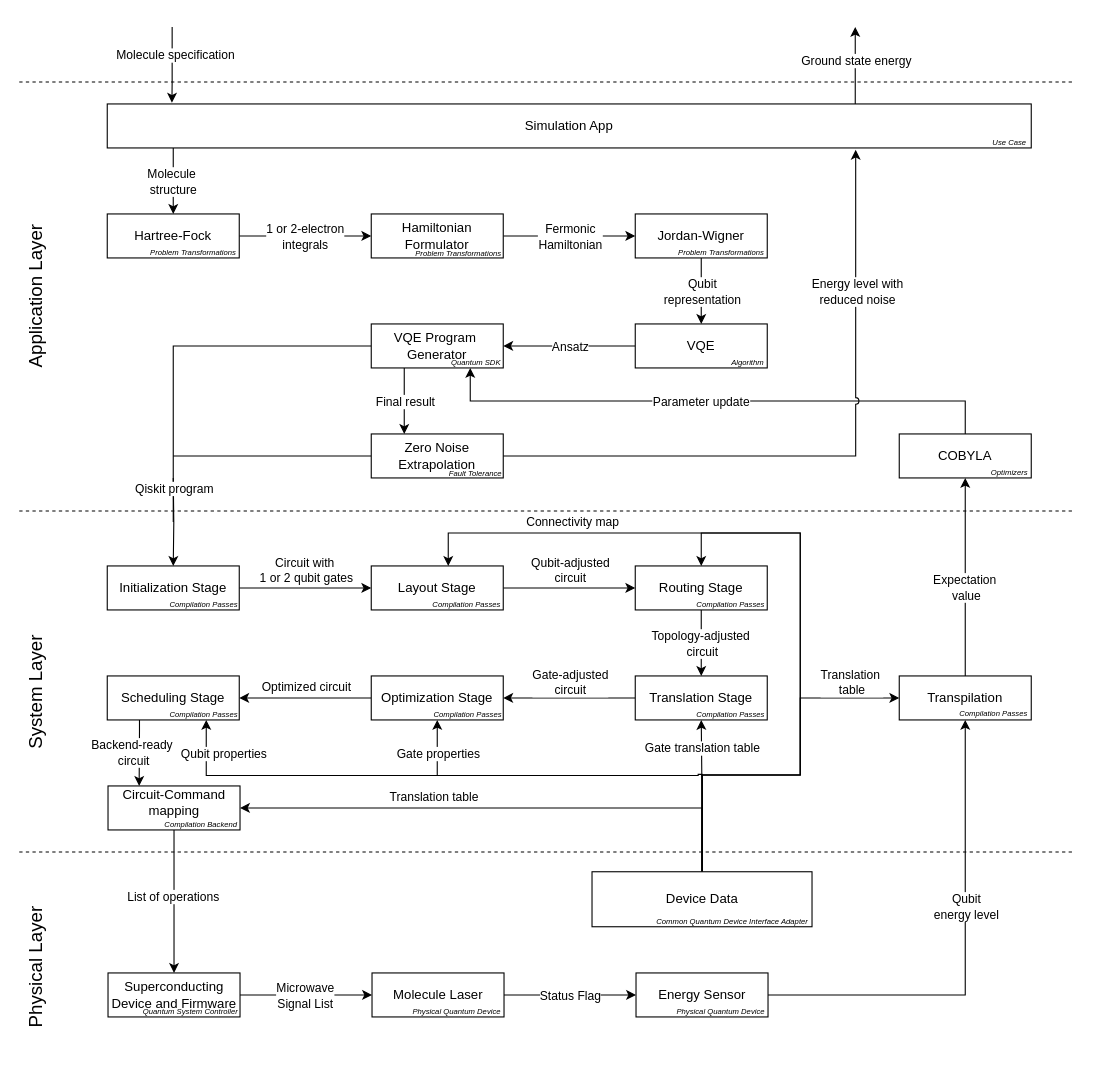
FullStaQD/architecture keeps this draw.io diagram as page "scenario1" (1 of 4) of docs/scenario-based-analysis/images/scenarios.drawio. Above is the earlier version. Source tidied: cells renumbered, new cells numbered last; positions are measured from the earlier drawing's top-left corner, leaving out a move shared by most shapes. Both pictures are drawn from the tidied source at 110%, with x=0, y=0 at pixel (-58, 26).
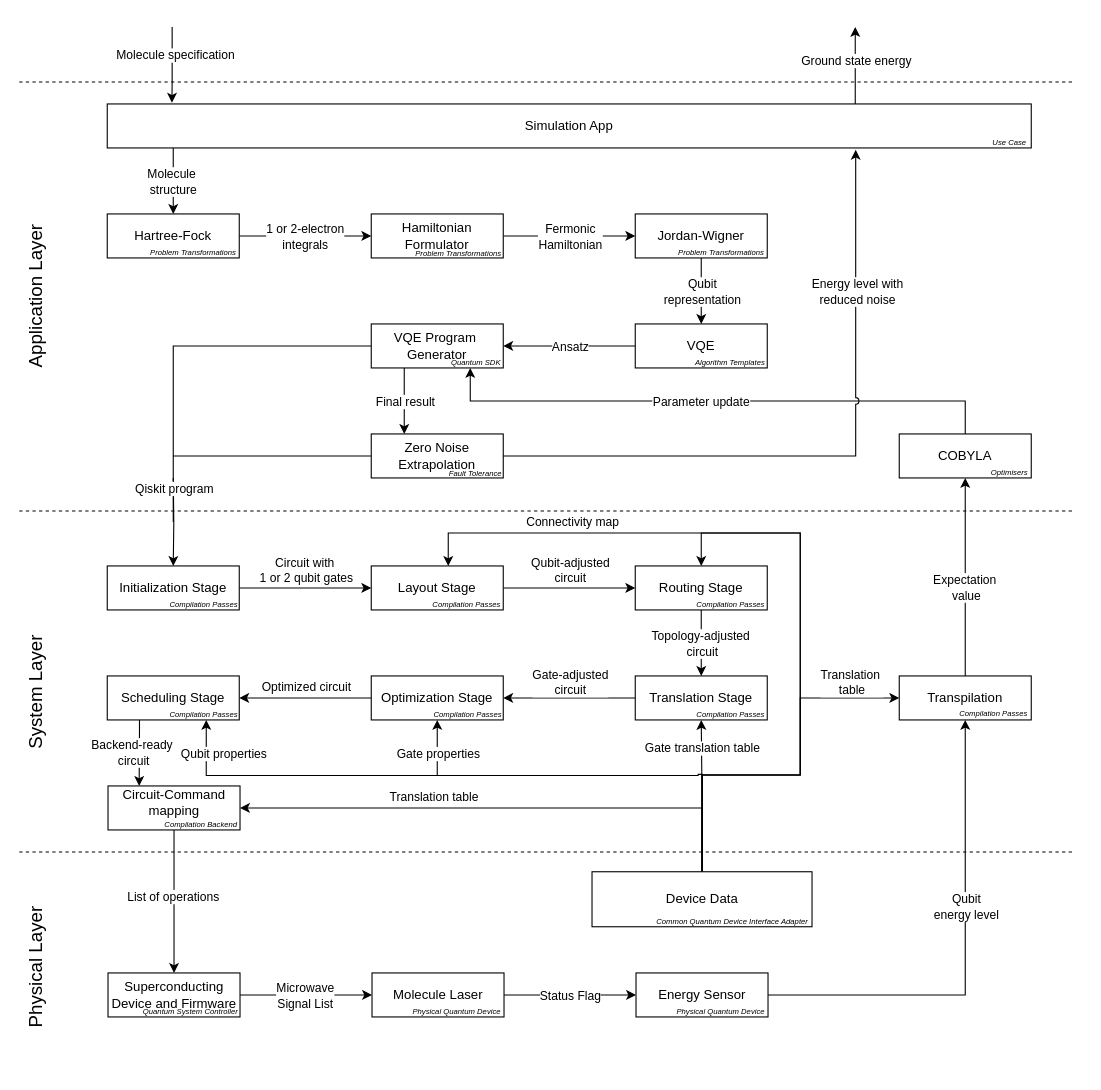
After the change.

The edit, as a diff of the source:
```diff
@@
-    <mxCell id="90" value="&lt;i&gt;&lt;font style=&quot;font-size: 7px;&quot;&gt;Algorithm&lt;/font&gt;&lt;/i&gt;" style="text;html=1;whiteSpace=wrap;strokeColor=none;fillColor=none;align=center;verticalAlign=middle;rounded=0;" parent="1" vertex="1">
-      <mxGeometry x="675" y="296" width="114.7" height="16" as="geometry" />
+    <mxCell id="90" value="&lt;i&gt;&lt;font style=&quot;font-size: 7px;&quot;&gt;Algorithm Templates&lt;/font&gt;&lt;/i&gt;" style="text;html=1;whiteSpace=wrap;strokeColor=none;fillColor=none;align=center;verticalAlign=middle;rounded=0;" parent="1" vertex="1">
+      <mxGeometry x="659" y="296" width="114.7" height="16" as="geometry" />
     </mxCell>
@@
-    <mxCell id="92" value="&lt;i&gt;&lt;font style=&quot;font-size: 7px;&quot;&gt;Optimizers&lt;/font&gt;&lt;/i&gt;" style="text;html=1;whiteSpace=wrap;strokeColor=none;fillColor=none;align=center;verticalAlign=middle;rounded=0;" parent="1" vertex="1">
+    <mxCell id="92" value="&lt;i&gt;&lt;font style=&quot;font-size: 7px;&quot;&gt;Optimisers&lt;/font&gt;&lt;/i&gt;" style="text;html=1;whiteSpace=wrap;strokeColor=none;fillColor=none;align=center;verticalAlign=middle;rounded=0;" parent="1" vertex="1">
       <mxGeometry x="913" y="396" width="114.7" height="16" as="geometry" />
     </mxCell>
```
